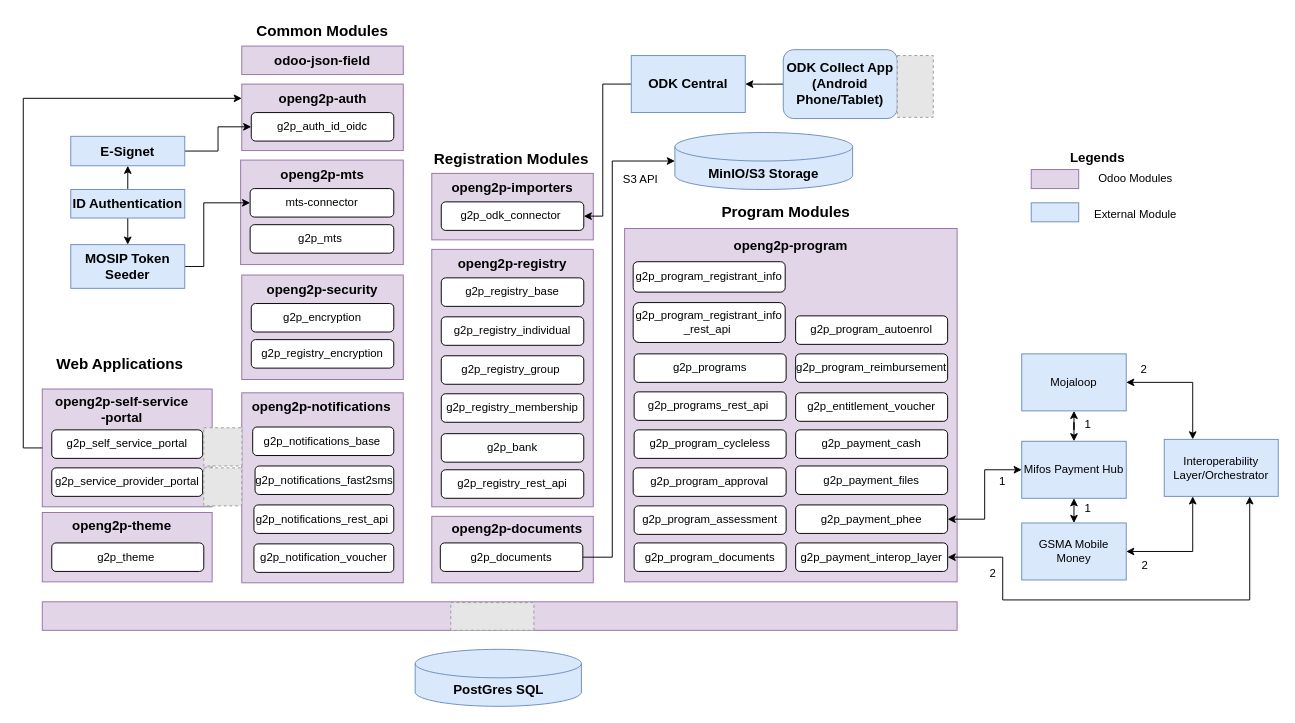
This is .gitbook/assets/technical-architecture.drawio from OpenG2P/openg2p-documentation, a draw.io file, before an edit. Source tidied: cells renumbered, new cells numbered last; positions are measured from the earlier drawing's top-left corner, leaving out a move shared by most shapes. Both pictures are drawn from the tidied source at 95%, with x=0, y=0 at pixel (23, 16). Pictures stored in the file or linked from it are replaced by grey dashed boxes.
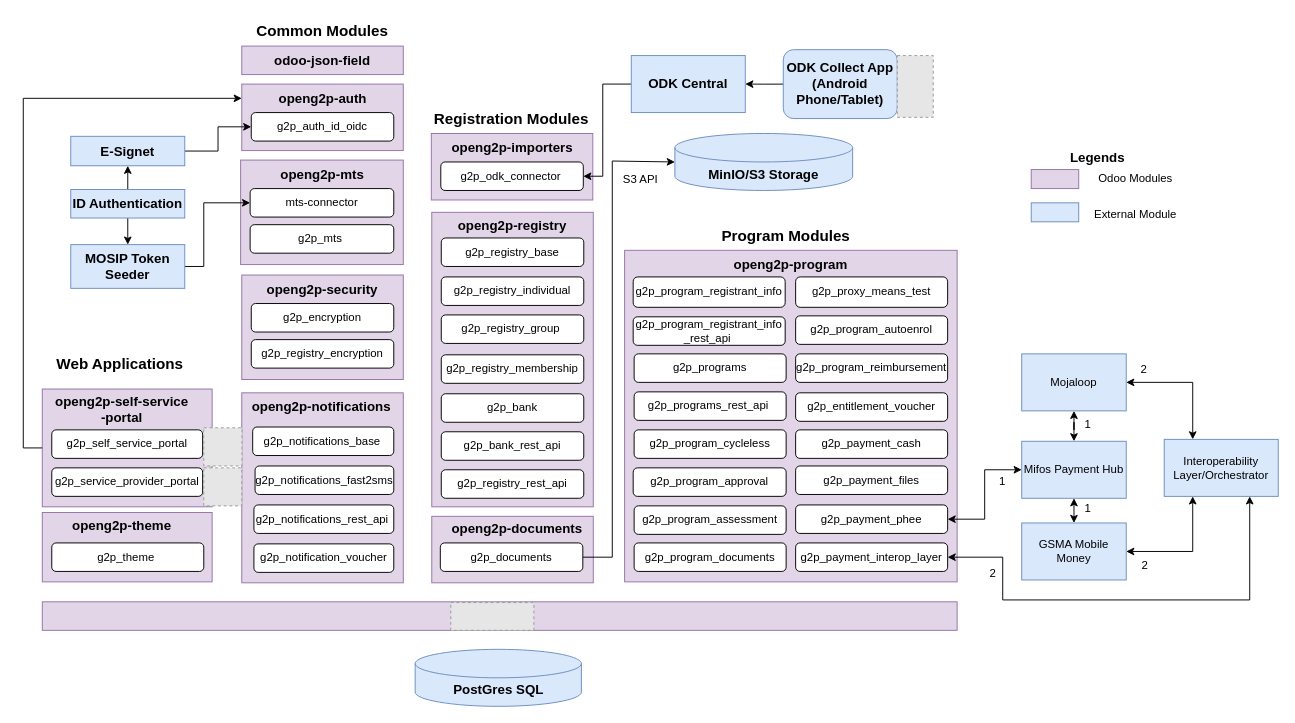
The same diagram, later.

The change refers to these unchanged cells:
```xml
<mxCell id="3" style="rounded=0;whiteSpace=wrap;html=1;fillColor=#e1d5e7;strokeColor=#9673a6;" parent="1" vertex="1">
  <mxGeometry x="20" y="392" width="178.8" height="124" as="geometry" />
</mxCell>
<mxCell id="66" value="&lt;b style=&quot;border-color: var(--border-color);&quot;&gt;&lt;font style=&quot;border-color: var(--border-color); font-size: 14px;&quot;&gt;ODK Central&lt;/font&gt;&lt;/b&gt;" style="rounded=0;whiteSpace=wrap;html=1;fillColor=#dae8fc;strokeColor=#6c8ebf;" parent="1" vertex="1">
  <mxGeometry x="640" y="41" width="120" height="60" as="geometry" />
</mxCell>
```

Change to the diagram source:
```diff
@@
-    <mxCell id="6" style="rounded=0;whiteSpace=wrap;html=1;fillColor=#e1d5e7;strokeColor=#9673a6;" parent="1" vertex="1">
-      <mxGeometry x="430" y="165" width="170" height="70" as="geometry" />
-    </mxCell>
+    <mxCell id="105" style="rounded=0;whiteSpace=wrap;html=1;fillColor=#e1d5e7;strokeColor=#9673a6;" parent="1" vertex="1">
+      <mxGeometry x="429.5" y="123" width="170" height="70" as="geometry" />
+    </mxCell>
@@
     <mxCell id="9" value="&lt;b&gt;&lt;font style=&quot;font-size: 14px;&quot;&gt;MinIO/S3 Storage&lt;/font&gt;&lt;/b&gt;" style="shape=cylinder3;whiteSpace=wrap;html=1;boundedLbl=1;backgroundOutline=1;size=15;fillColor=#dae8fc;strokeColor=#6c8ebf;" parent="1" vertex="1">
-      <mxGeometry x="685.9" y="122" width="187.1" height="60" as="geometry" />
+      <mxGeometry x="685.9" y="123" width="187.1" height="60" as="geometry" />
     </mxCell>
@@
     <mxCell id="11" value="g2p_odk_connector&amp;nbsp;" style="rounded=1;whiteSpace=wrap;html=1;" parent="1" vertex="1">
-      <mxGeometry x="440" y="195" width="150" height="30" as="geometry" />
+      <mxGeometry x="439.5" y="153" width="150" height="30" as="geometry" />
     </mxCell>
@@
     <mxCell id="27" value="openg2p-importers" style="text;html=1;strokeColor=none;fillColor=none;align=center;verticalAlign=middle;whiteSpace=wrap;rounded=0;fontStyle=1;fontSize=14;" parent="1" vertex="1">
-      <mxGeometry x="450" y="165" width="130" height="30" as="geometry" />
+      <mxGeometry x="449.5" y="123" width="130" height="30" as="geometry" />
     </mxCell>
-    <mxCell id="28" style="rounded=0;whiteSpace=wrap;html=1;fillColor=#e1d5e7;strokeColor=#9673a6;" parent="1" vertex="1">
-      <mxGeometry x="430" y="245" width="170" height="271" as="geometry" />
-    </mxCell>
+    <mxCell id="106" style="rounded=0;whiteSpace=wrap;html=1;fillColor=#e1d5e7;strokeColor=#9673a6;" parent="1" vertex="1">
+      <mxGeometry x="430" y="206" width="170" height="310" as="geometry" />
+    </mxCell>
     <mxCell id="29" value="g2p_registry_base" style="rounded=1;whiteSpace=wrap;html=1;" parent="1" vertex="1">
-      <mxGeometry x="440" y="275" width="150" height="30" as="geometry" />
+      <mxGeometry x="440" y="233" width="150" height="30" as="geometry" />
     </mxCell>
     <mxCell id="30" value="openg2p-registry" style="text;html=1;strokeColor=none;fillColor=none;align=center;verticalAlign=middle;whiteSpace=wrap;rounded=0;fontStyle=1;fontSize=14;" parent="1" vertex="1">
-      <mxGeometry x="450" y="245" width="130" height="30" as="geometry" />
+      <mxGeometry x="450" y="205" width="130" height="30" as="geometry" />
     </mxCell>
     <mxCell id="31" value="g2p_registry_individual" style="rounded=1;whiteSpace=wrap;html=1;" parent="1" vertex="1">
-      <mxGeometry x="440" y="316" width="150" height="30" as="geometry" />
+      <mxGeometry x="440" y="274" width="150" height="30" as="geometry" />
     </mxCell>
     <mxCell id="32" value="g2p_registry_group&amp;nbsp;" style="rounded=1;whiteSpace=wrap;html=1;" parent="1" vertex="1">
-      <mxGeometry x="440" y="357" width="150" height="30" as="geometry" />
+      <mxGeometry x="440" y="314" width="150" height="30" as="geometry" />
     </mxCell>
     <mxCell id="33" value="g2p_registry_membership" style="rounded=1;whiteSpace=wrap;html=1;" parent="1" vertex="1">
-      <mxGeometry x="440" y="397" width="150" height="30" as="geometry" />
+      <mxGeometry x="440" y="356" width="150" height="30" as="geometry" />
     </mxCell>
@@
     <mxCell id="36" value="g2p_bank" style="rounded=1;whiteSpace=wrap;html=1;" parent="1" vertex="1">
-      <mxGeometry x="440" y="439" width="150" height="30" as="geometry" />
+      <mxGeometry x="440" y="397" width="150" height="30" as="geometry" />
     </mxCell>
@@
     <mxCell id="38" value="&lt;b&gt;&lt;font style=&quot;font-size: 16px;&quot;&gt;Registration Modules&lt;/font&gt;&lt;/b&gt;" style="text;html=1;strokeColor=none;fillColor=none;align=center;verticalAlign=middle;whiteSpace=wrap;rounded=0;" parent="1" vertex="1">
-      <mxGeometry x="429" y="135" width="170" height="30" as="geometry" />
+      <mxGeometry x="428.5" y="93" width="170" height="30" as="geometry" />
     </mxCell>
-    <mxCell id="39" style="rounded=0;whiteSpace=wrap;html=1;fillColor=#e1d5e7;strokeColor=#9673a6;" parent="1" vertex="1">
-      <mxGeometry x="633" y="223" width="350" height="372" as="geometry" />
-    </mxCell>
+    <mxCell id="107" style="rounded=0;whiteSpace=wrap;html=1;fillColor=#e1d5e7;strokeColor=#9673a6;" parent="1" vertex="1">
+      <mxGeometry x="633" y="246" width="350" height="349" as="geometry" />
+    </mxCell>
     <mxCell id="40" value="g2p_program_registrant_info" style="rounded=1;whiteSpace=wrap;html=1;" parent="1" vertex="1">
-      <mxGeometry x="642" y="258" width="160" height="32" as="geometry" />
+      <mxGeometry x="642" y="274" width="160" height="32" as="geometry" />
     </mxCell>
     <mxCell id="41" value="openg2p-program" style="text;html=1;strokeColor=none;fillColor=none;align=center;verticalAlign=middle;whiteSpace=wrap;rounded=0;fontStyle=1;fontSize=14;" parent="1" vertex="1">
-      <mxGeometry x="743" y="226" width="130" height="30" as="geometry" />
+      <mxGeometry x="743" y="246" width="130" height="30" as="geometry" />
     </mxCell>
     <mxCell id="42" value="g2p_program_registrant_info&lt;br&gt;_rest_api&amp;nbsp;" style="rounded=1;whiteSpace=wrap;html=1;" parent="1" vertex="1">
-      <mxGeometry x="642" y="301" width="160" height="42" as="geometry" />
+      <mxGeometry x="642" y="316" width="160" height="30" as="geometry" />
     </mxCell>
@@
     <mxCell id="48" value="&lt;b&gt;&lt;font style=&quot;font-size: 16px;&quot;&gt;Program Modules&lt;/font&gt;&lt;/b&gt;" style="text;html=1;strokeColor=none;fillColor=none;align=center;verticalAlign=middle;whiteSpace=wrap;rounded=0;" parent="1" vertex="1">
-      <mxGeometry x="718" y="190" width="170" height="30" as="geometry" />
+      <mxGeometry x="718" y="216" width="170" height="30" as="geometry" />
     </mxCell>
@@
-    <mxCell id="65" style="edgeStyle=orthogonalEdgeStyle;rounded=0;jettySize=auto;html=1;entryX=1;entryY=0.5;entryDx=0;entryDy=0;" parent="1" edge="1" source="66" target="11">
+    <mxCell id="65" style="edgeStyle=orthogonalEdgeStyle;rounded=0;jettySize=auto;html=1;exitX=0;exitY=0.5;exitDx=0;exitDy=0;entryX=1;entryY=0.5;entryDx=0;entryDy=0;" parent="1" edge="1" source="66" target="11">
       <mxGeometry relative="1" as="geometry">
         <Array as="points">
           <mxPoint x="610" y="71" />
-          <mxPoint x="610" y="210" />
+          <mxPoint x="610" y="168" />
         </Array>
       </mxGeometry>
     </mxCell>
@@
-    <mxCell id="85" style="edgeStyle=orthogonalEdgeStyle;rounded=0;jettySize=auto;html=1;exitX=0;exitY=0.5;exitDx=0;exitDy=0;" parent="1" edge="1" source="3">
-      <mxGeometry relative="1" as="geometry">
-        <mxPoint x="230" y="86" as="targetPoint" />
-        <Array as="points">
-          <mxPoint y="454" />
-          <mxPoint y="86" />
-        </Array>
-      </mxGeometry>
-    </mxCell>
+    <mxCell id="108" style="edgeStyle=orthogonalEdgeStyle;rounded=0;jettySize=auto;html=1;exitX=0;exitY=0.5;exitDx=0;exitDy=0;" parent="1" edge="1" source="3">
+      <mxGeometry relative="1" as="geometry">
+        <mxPoint x="230" y="86" as="targetPoint" />
+        <Array as="points">
+          <mxPoint y="454" />
+          <mxPoint y="86" />
+        </Array>
+      </mxGeometry>
+    </mxCell>
@@
+    <mxCell id="109" value="g2p_bank_rest_api" style="rounded=1;whiteSpace=wrap;html=1;" parent="1" vertex="1">
+      <mxGeometry x="440" y="437" width="150" height="30" as="geometry" />
+    </mxCell>
+    <mxCell id="110" value="g2p_proxy_means_test" style="rounded=1;whiteSpace=wrap;html=1;" parent="1" vertex="1">
+      <mxGeometry x="813" y="274" width="160" height="32" as="geometry" />
+    </mxCell>
```
